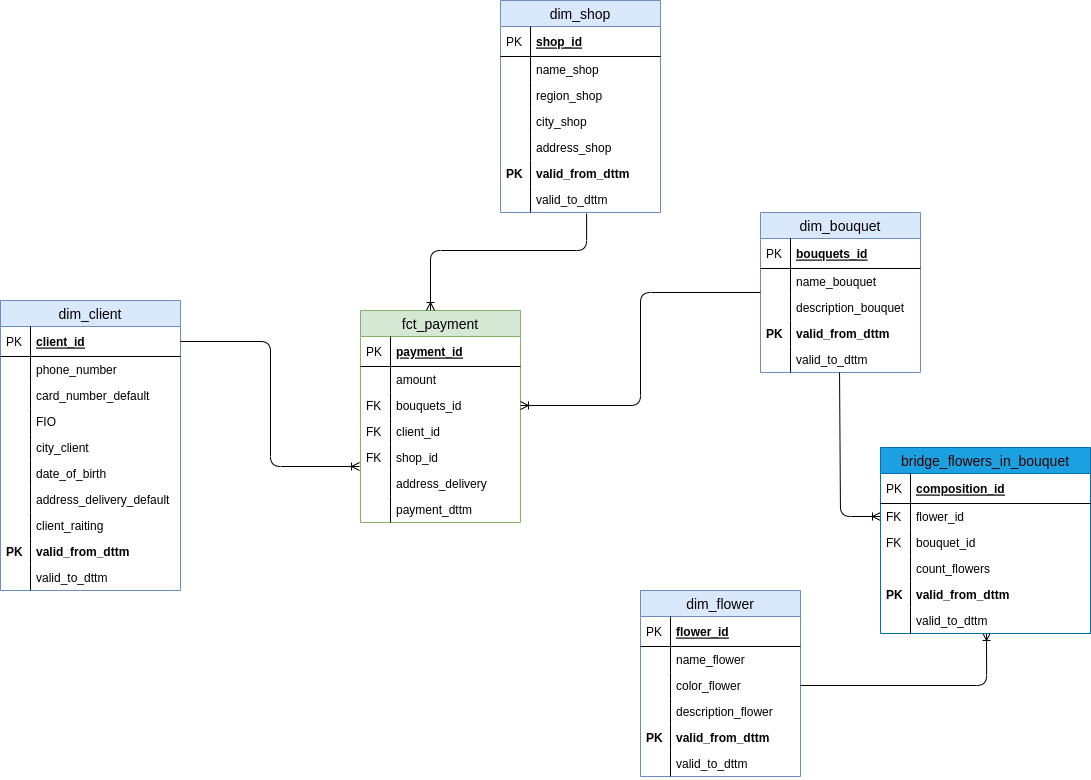
Earlier version of the draw.io export доставка цветов-по Кимбаллу.drawio.png (PPPirogov/Karpov_course). Source tidied: cells renumbered, new cells last; positions are measured from the earlier drawing's top-left corner, leaving out a move shared by most shapes.
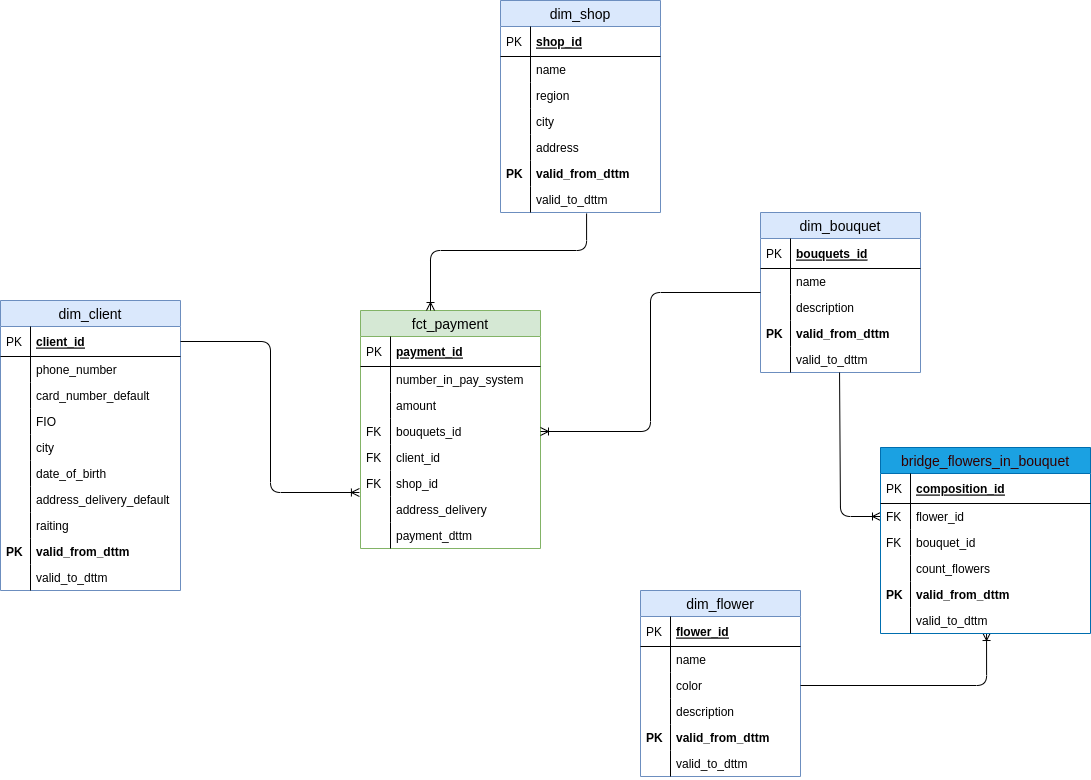
The same diagram one commit later.

What changed in the source:
```diff
@@ -3,46 +3,52 @@
     <mxCell id="0" />
     <mxCell id="1" parent="0" />
     <mxCell id="2" value="fct_payment" style="swimlane;fontStyle=0;horizontal=1;startSize=26;fillColor=#d5e8d4;swimlaneFillColor=#ffffff;align=center;fontSize=14;strokeColor=#82b366;" parent="1" vertex="1">
-      <mxGeometry x="360" y="310" width="160" height="212" as="geometry" />
+      <mxGeometry x="360" y="310" width="180" height="238" as="geometry" />
     </mxCell>
     <mxCell id="3" value="payment_id" style="shape=partialRectangle;top=0;left=0;right=0;bottom=1;align=left;verticalAlign=middle;fillColor=none;spacingLeft=34;spacingRight=4;overflow=hidden;fontStyle=5;fontSize=12;" parent="2" vertex="1">
-      <mxGeometry y="26" width="160" height="30" as="geometry" />
+      <mxGeometry y="26" width="180" height="30" as="geometry" />
     </mxCell>
     <mxCell id="4" value="PK" style="shape=partialRectangle;top=0;left=0;bottom=0;fillColor=none;align=left;verticalAlign=middle;spacingLeft=4;spacingRight=4;overflow=hidden;fontSize=12;" parent="3" vertex="1">
       <mxGeometry width="30" height="30" as="geometry" />
     </mxCell>
+    <mxCell id="95" value="number_in_pay_system" style="shape=partialRectangle;top=0;left=0;right=0;bottom=0;align=left;verticalAlign=top;fillColor=none;spacingLeft=34;spacingRight=4;overflow=hidden;fontSize=12;" parent="2" vertex="1">
+      <mxGeometry y="56" width="180" height="26" as="geometry" />
+    </mxCell>
+    <mxCell id="96" style="shape=partialRectangle;top=0;left=0;bottom=0;fillColor=none;align=left;verticalAlign=top;spacingLeft=4;spacingRight=4;overflow=hidden;fontSize=12;" parent="95" vertex="1">
+      <mxGeometry width="30" height="26" as="geometry" />
+    </mxCell>
     <mxCell id="5" value="amount" style="shape=partialRectangle;top=0;left=0;right=0;bottom=0;align=left;verticalAlign=top;fillColor=none;spacingLeft=34;spacingRight=4;overflow=hidden;fontSize=12;" parent="2" vertex="1">
-      <mxGeometry y="56" width="160" height="26" as="geometry" />
+      <mxGeometry y="82" width="180" height="26" as="geometry" />
     </mxCell>
     <mxCell id="6" style="shape=partialRectangle;top=0;left=0;bottom=0;fillColor=none;align=left;verticalAlign=top;spacingLeft=4;spacingRight=4;overflow=hidden;fontSize=12;" parent="5" vertex="1">
       <mxGeometry width="30" height="26" as="geometry" />
     </mxCell>
     <mxCell id="7" value="bouquets_id" style="shape=partialRectangle;top=0;left=0;right=0;bottom=0;align=left;verticalAlign=top;fillColor=none;spacingLeft=34;spacingRight=4;overflow=hidden;points=[[0,0.5],[1,0.5]];portConstraint=eastwest;fontSize=12;" parent="2" vertex="1">
-      <mxGeometry y="82" width="160" height="26" as="geometry" />
+      <mxGeometry y="108" width="180" height="26" as="geometry" />
     </mxCell>
     <mxCell id="8" value="FK" style="shape=partialRectangle;top=0;left=0;bottom=0;fillColor=none;align=left;verticalAlign=top;spacingLeft=4;spacingRight=4;overflow=hidden;fontSize=12;" parent="7" vertex="1">
       <mxGeometry width="30" height="26" as="geometry" />
     </mxCell>
     <mxCell id="9" value="client_id" style="shape=partialRectangle;top=0;left=0;right=0;bottom=0;align=left;verticalAlign=top;fillColor=none;spacingLeft=34;spacingRight=4;overflow=hidden;fontSize=12;" parent="2" vertex="1">
-      <mxGeometry y="108" width="160" height="26" as="geometry" />
+      <mxGeometry y="134" width="180" height="26" as="geometry" />
     </mxCell>
     <mxCell id="10" value="FK" style="shape=partialRectangle;top=0;left=0;bottom=0;fillColor=none;align=left;verticalAlign=top;spacingLeft=4;spacingRight=4;overflow=hidden;fontSize=12;" parent="9" vertex="1">
       <mxGeometry width="30" height="26" as="geometry" />
     </mxCell>
     <mxCell id="11" value="shop_id" style="shape=partialRectangle;top=0;left=0;right=0;bottom=0;align=left;verticalAlign=top;fillColor=none;spacingLeft=34;spacingRight=4;overflow=hidden;fontSize=12;" parent="2" vertex="1">
-      <mxGeometry y="134" width="160" height="26" as="geometry" />
+      <mxGeometry y="160" width="180" height="26" as="geometry" />
     </mxCell>
     <mxCell id="12" value="FK" style="shape=partialRectangle;top=0;left=0;bottom=0;fillColor=none;align=left;verticalAlign=top;spacingLeft=4;spacingRight=4;overflow=hidden;fontSize=12;" parent="11" vertex="1">
       <mxGeometry width="30" height="26" as="geometry" />
     </mxCell>
     <mxCell id="13" value="address_delivery" style="shape=partialRectangle;top=0;left=0;right=0;bottom=0;align=left;verticalAlign=top;fillColor=none;spacingLeft=34;spacingRight=4;overflow=hidden;points=[[0,0.5],[1,0.5]];portConstraint=eastwest;fontSize=12;" parent="2" vertex="1">
-      <mxGeometry y="160" width="160" height="26" as="geometry" />
+      <mxGeometry y="186" width="180" height="26" as="geometry" />
     </mxCell>
     <mxCell id="14" style="shape=partialRectangle;top=0;left=0;bottom=0;fillColor=none;align=left;verticalAlign=top;spacingLeft=4;spacingRight=4;overflow=hidden;fontSize=12;" parent="13" vertex="1">
       <mxGeometry width="30" height="26" as="geometry" />
     </mxCell>
     <mxCell id="15" value="payment_dttm" style="shape=partialRectangle;top=0;left=0;right=0;bottom=0;align=left;verticalAlign=top;fillColor=none;spacingLeft=34;spacingRight=4;overflow=hidden;fontSize=12;" parent="2" vertex="1">
-      <mxGeometry y="186" width="160" height="26" as="geometry" />
+      <mxGeometry y="212" width="180" height="26" as="geometry" />
     </mxCell>
     <mxCell id="16" style="shape=partialRectangle;top=0;left=0;bottom=0;fillColor=none;align=left;verticalAlign=top;spacingLeft=4;spacingRight=4;overflow=hidden;fontSize=12;" parent="15" vertex="1">
       <mxGeometry width="30" height="26" as="geometry" />
@@ -56,13 +62,13 @@
     <mxCell id="19" value="PK" style="shape=partialRectangle;top=0;left=0;bottom=0;fillColor=none;align=left;verticalAlign=middle;spacingLeft=4;spacingRight=4;overflow=hidden;fontSize=12;" parent="18" vertex="1">
       <mxGeometry width="30" height="30" as="geometry" />
     </mxCell>
-    <mxCell id="20" value="name_bouquet" style="shape=partialRectangle;top=0;left=0;right=0;bottom=0;align=left;verticalAlign=top;fillColor=none;spacingLeft=34;spacingRight=4;overflow=hidden;points=[[0,0.5],[1,0.5]];portConstraint=eastwest;fontSize=12;" parent="17" vertex="1">
+    <mxCell id="20" value="name" style="shape=partialRectangle;top=0;left=0;right=0;bottom=0;align=left;verticalAlign=top;fillColor=none;spacingLeft=34;spacingRight=4;overflow=hidden;points=[[0,0.5],[1,0.5]];portConstraint=eastwest;fontSize=12;" parent="17" vertex="1">
       <mxGeometry y="56" width="160" height="26" as="geometry" />
     </mxCell>
     <mxCell id="21" style="shape=partialRectangle;top=0;left=0;bottom=0;fillColor=none;align=left;verticalAlign=top;spacingLeft=4;spacingRight=4;overflow=hidden;fontSize=12;" parent="20" vertex="1">
       <mxGeometry width="30" height="26" as="geometry" />
     </mxCell>
-    <mxCell id="22" value="description_bouquet" style="shape=partialRectangle;top=0;left=0;right=0;bottom=0;align=left;verticalAlign=top;fillColor=none;spacingLeft=34;spacingRight=4;overflow=hidden;fontSize=12;" parent="17" vertex="1">
+    <mxCell id="22" value="description" style="shape=partialRectangle;top=0;left=0;right=0;bottom=0;align=left;verticalAlign=top;fillColor=none;spacingLeft=34;spacingRight=4;overflow=hidden;fontSize=12;" parent="17" vertex="1">
       <mxGeometry y="82" width="160" height="26" as="geometry" />
     </mxCell>
     <mxCell id="23" style="shape=partialRectangle;top=0;left=0;bottom=0;fillColor=none;align=left;verticalAlign=top;spacingLeft=4;spacingRight=4;overflow=hidden;fontSize=12;" parent="22" vertex="1">
@@ -107,7 +113,7 @@
     <mxCell id="36" style="shape=partialRectangle;top=0;left=0;bottom=0;fillColor=none;align=left;verticalAlign=top;spacingLeft=4;spacingRight=4;overflow=hidden;fontSize=12;" parent="35" vertex="1">
       <mxGeometry width="30" height="26" as="geometry" />
     </mxCell>
-    <mxCell id="37" value="city_client" style="shape=partialRectangle;top=0;left=0;right=0;bottom=0;align=left;verticalAlign=top;fillColor=none;spacingLeft=34;spacingRight=4;overflow=hidden;fontSize=12;" parent="28" vertex="1">
+    <mxCell id="37" value="city" style="shape=partialRectangle;top=0;left=0;right=0;bottom=0;align=left;verticalAlign=top;fillColor=none;spacingLeft=34;spacingRight=4;overflow=hidden;fontSize=12;" parent="28" vertex="1">
       <mxGeometry y="134" width="180" height="26" as="geometry" />
     </mxCell>
     <mxCell id="38" style="shape=partialRectangle;top=0;left=0;bottom=0;fillColor=none;align=left;verticalAlign=top;spacingLeft=4;spacingRight=4;overflow=hidden;fontSize=12;" parent="37" vertex="1">
@@ -125,7 +131,7 @@
     <mxCell id="42" style="shape=partialRectangle;top=0;left=0;bottom=0;fillColor=none;align=left;verticalAlign=top;spacingLeft=4;spacingRight=4;overflow=hidden;fontSize=12;" parent="41" vertex="1">
       <mxGeometry width="30" height="26" as="geometry" />
     </mxCell>
-    <mxCell id="43" value="client_raiting" style="shape=partialRectangle;top=0;left=0;right=0;bottom=0;align=left;verticalAlign=top;fillColor=none;spacingLeft=34;spacingRight=4;overflow=hidden;fontSize=12;" parent="28" vertex="1">
+    <mxCell id="43" value="raiting" style="shape=partialRectangle;top=0;left=0;right=0;bottom=0;align=left;verticalAlign=top;fillColor=none;spacingLeft=34;spacingRight=4;overflow=hidden;fontSize=12;" parent="28" vertex="1">
       <mxGeometry y="212" width="180" height="26" as="geometry" />
     </mxCell>
     <mxCell id="44" style="shape=partialRectangle;top=0;left=0;bottom=0;fillColor=none;align=left;verticalAlign=top;spacingLeft=4;spacingRight=4;overflow=hidden;fontSize=12;" parent="43" vertex="1">
@@ -158,25 +164,25 @@
     <mxCell id="53" value="PK" style="shape=partialRectangle;top=0;left=0;bottom=0;fillColor=none;align=left;verticalAlign=middle;spacingLeft=4;spacingRight=4;overflow=hidden;fontSize=12;" parent="52" vertex="1">
       <mxGeometry width="30" height="30" as="geometry" />
     </mxCell>
-    <mxCell id="54" value="name_shop" style="shape=partialRectangle;top=0;left=0;right=0;bottom=0;align=left;verticalAlign=top;fillColor=none;spacingLeft=34;spacingRight=4;overflow=hidden;fontSize=12;" parent="51" vertex="1">
+    <mxCell id="54" value="name" style="shape=partialRectangle;top=0;left=0;right=0;bottom=0;align=left;verticalAlign=top;fillColor=none;spacingLeft=34;spacingRight=4;overflow=hidden;fontSize=12;" parent="51" vertex="1">
       <mxGeometry y="56" width="160" height="26" as="geometry" />
     </mxCell>
     <mxCell id="55" style="shape=partialRectangle;top=0;left=0;bottom=0;fillColor=none;align=left;verticalAlign=top;spacingLeft=4;spacingRight=4;overflow=hidden;fontSize=12;" parent="54" vertex="1">
       <mxGeometry width="30" height="26" as="geometry" />
     </mxCell>
-    <mxCell id="56" value="region_shop" style="shape=partialRectangle;top=0;left=0;right=0;bottom=0;align=left;verticalAlign=top;fillColor=none;spacingLeft=34;spacingRight=4;overflow=hidden;fontSize=12;" parent="51" vertex="1">
+    <mxCell id="56" value="region" style="shape=partialRectangle;top=0;left=0;right=0;bottom=0;align=left;verticalAlign=top;fillColor=none;spacingLeft=34;spacingRight=4;overflow=hidden;fontSize=12;" parent="51" vertex="1">
       <mxGeometry y="82" width="160" height="26" as="geometry" />
     </mxCell>
     <mxCell id="57" style="shape=partialRectangle;top=0;left=0;bottom=0;fillColor=none;align=left;verticalAlign=top;spacingLeft=4;spacingRight=4;overflow=hidden;fontSize=12;" parent="56" vertex="1">
       <mxGeometry width="30" height="26" as="geometry" />
     </mxCell>
-    <mxCell id="58" value="city_shop" style="shape=partialRectangle;top=0;left=0;right=0;bottom=0;align=left;verticalAlign=top;fillColor=none;spacingLeft=34;spacingRight=4;overflow=hidden;fontSize=12;" parent="51" vertex="1">
+    <mxCell id="58" value="city" style="shape=partialRectangle;top=0;left=0;right=0;bottom=0;align=left;verticalAlign=top;fillColor=none;spacingLeft=34;spacingRight=4;overflow=hidden;fontSize=12;" parent="51" vertex="1">
       <mxGeometry y="108" width="160" height="26" as="geometry" />
     </mxCell>
     <mxCell id="59" style="shape=partialRectangle;top=0;left=0;bottom=0;fillColor=none;align=left;verticalAlign=top;spacingLeft=4;spacingRight=4;overflow=hidden;fontSize=12;" parent="58" vertex="1">
       <mxGeometry width="30" height="26" as="geometry" />
     </mxCell>
-    <mxCell id="60" value="address_shop" style="shape=partialRectangle;top=0;left=0;right=0;bottom=0;align=left;verticalAlign=top;fillColor=none;spacingLeft=34;spacingRight=4;overflow=hidden;fontSize=12;" parent="51" vertex="1">
+    <mxCell id="60" value="address" style="shape=partialRectangle;top=0;left=0;right=0;bottom=0;align=left;verticalAlign=top;fillColor=none;spacingLeft=34;spacingRight=4;overflow=hidden;fontSize=12;" parent="51" vertex="1">
       <mxGeometry y="134" width="160" height="26" as="geometry" />
     </mxCell>
     <mxCell id="61" style="shape=partialRectangle;top=0;left=0;bottom=0;fillColor=none;align=left;verticalAlign=top;spacingLeft=4;spacingRight=4;overflow=hidden;fontSize=12;" parent="60" vertex="1">
@@ -211,19 +217,19 @@
     <mxCell id="69" value="PK" style="shape=partialRectangle;top=0;left=0;bottom=0;fillColor=none;align=left;verticalAlign=middle;spacingLeft=4;spacingRight=4;overflow=hidden;fontSize=12;" parent="68" vertex="1">
       <mxGeometry width="30" height="30" as="geometry" />
     </mxCell>
-    <mxCell id="70" value="name_flower" style="shape=partialRectangle;top=0;left=0;right=0;bottom=0;align=left;verticalAlign=top;fillColor=none;spacingLeft=34;spacingRight=4;overflow=hidden;fontSize=12;" parent="67" vertex="1">
+    <mxCell id="70" value="name" style="shape=partialRectangle;top=0;left=0;right=0;bottom=0;align=left;verticalAlign=top;fillColor=none;spacingLeft=34;spacingRight=4;overflow=hidden;fontSize=12;" parent="67" vertex="1">
       <mxGeometry y="56" width="160" height="26" as="geometry" />
     </mxCell>
     <mxCell id="71" style="shape=partialRectangle;top=0;left=0;bottom=0;fillColor=none;align=left;verticalAlign=top;spacingLeft=4;spacingRight=4;overflow=hidden;fontSize=12;" parent="70" vertex="1">
       <mxGeometry width="30" height="26" as="geometry" />
     </mxCell>
-    <mxCell id="72" value="color_flower" style="shape=partialRectangle;top=0;left=0;right=0;bottom=0;align=left;verticalAlign=top;fillColor=none;spacingLeft=34;spacingRight=4;overflow=hidden;points=[[0,0.5],[1,0.5]];portConstraint=eastwest;fontSize=12;" parent="67" vertex="1">
+    <mxCell id="72" value="color" style="shape=partialRectangle;top=0;left=0;right=0;bottom=0;align=left;verticalAlign=top;fillColor=none;spacingLeft=34;spacingRight=4;overflow=hidden;points=[[0,0.5],[1,0.5]];portConstraint=eastwest;fontSize=12;" parent="67" vertex="1">
       <mxGeometry y="82" width="160" height="26" as="geometry" />
     </mxCell>
     <mxCell id="73" style="shape=partialRectangle;top=0;left=0;bottom=0;fillColor=none;align=left;verticalAlign=top;spacingLeft=4;spacingRight=4;overflow=hidden;fontSize=12;" parent="72" vertex="1">
       <mxGeometry width="30" height="26" as="geometry" />
     </mxCell>
-    <mxCell id="74" value="description_flower" style="shape=partialRectangle;top=0;left=0;right=0;bottom=0;align=left;verticalAlign=top;fillColor=none;spacingLeft=34;spacingRight=4;overflow=hidden;fontSize=12;" parent="67" vertex="1">
+    <mxCell id="74" value="description" style="shape=partialRectangle;top=0;left=0;right=0;bottom=0;align=left;verticalAlign=top;fillColor=none;spacingLeft=34;spacingRight=4;overflow=hidden;fontSize=12;" parent="67" vertex="1">
       <mxGeometry y="108" width="160" height="26" as="geometry" />
     </mxCell>
     <mxCell id="75" style="shape=partialRectangle;top=0;left=0;bottom=0;fillColor=none;align=left;verticalAlign=top;spacingLeft=4;spacingRight=4;overflow=hidden;fontSize=12;" parent="74" vertex="1">
```
